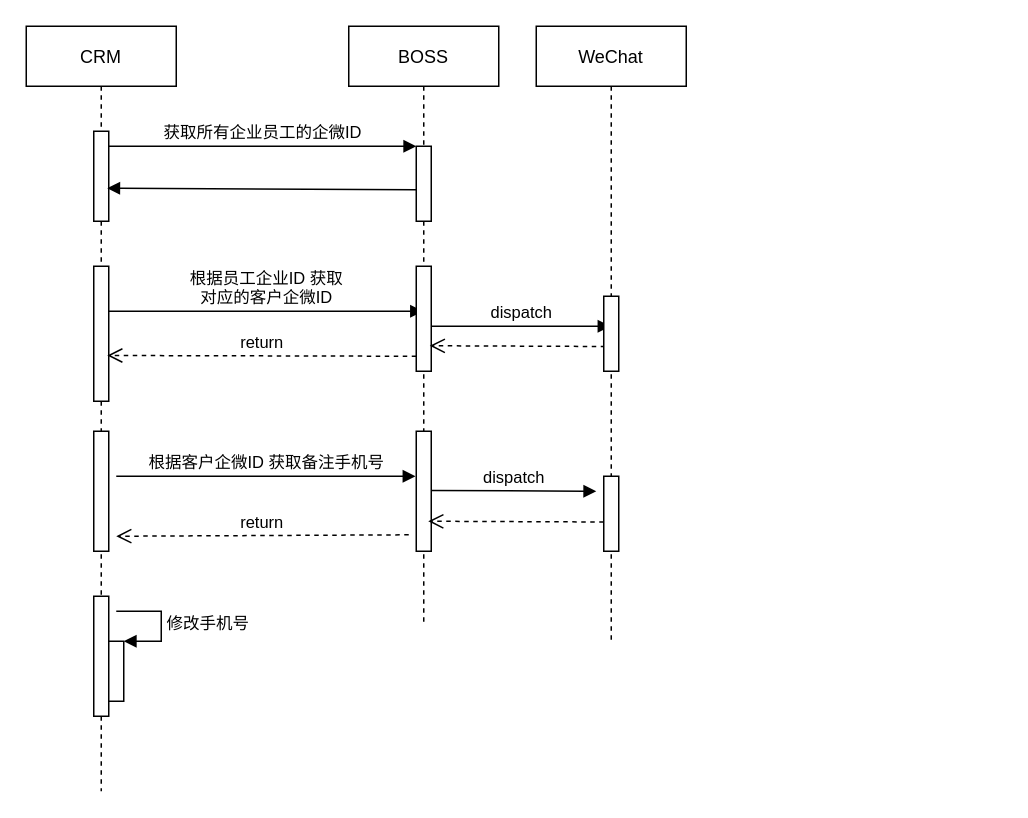
Earlier version of the draw.io diagram merchant-settle/boss.drawio (DominicElvira/Diagrams). Source tidied: cells renumbered, new cells numbered last; positions are measured from the earlier drawing's top-left corner, leaving out a move shared by most shapes. Both pictures are drawn from the tidied source at 150%, with x=0, y=0 at pixel (26, 26).
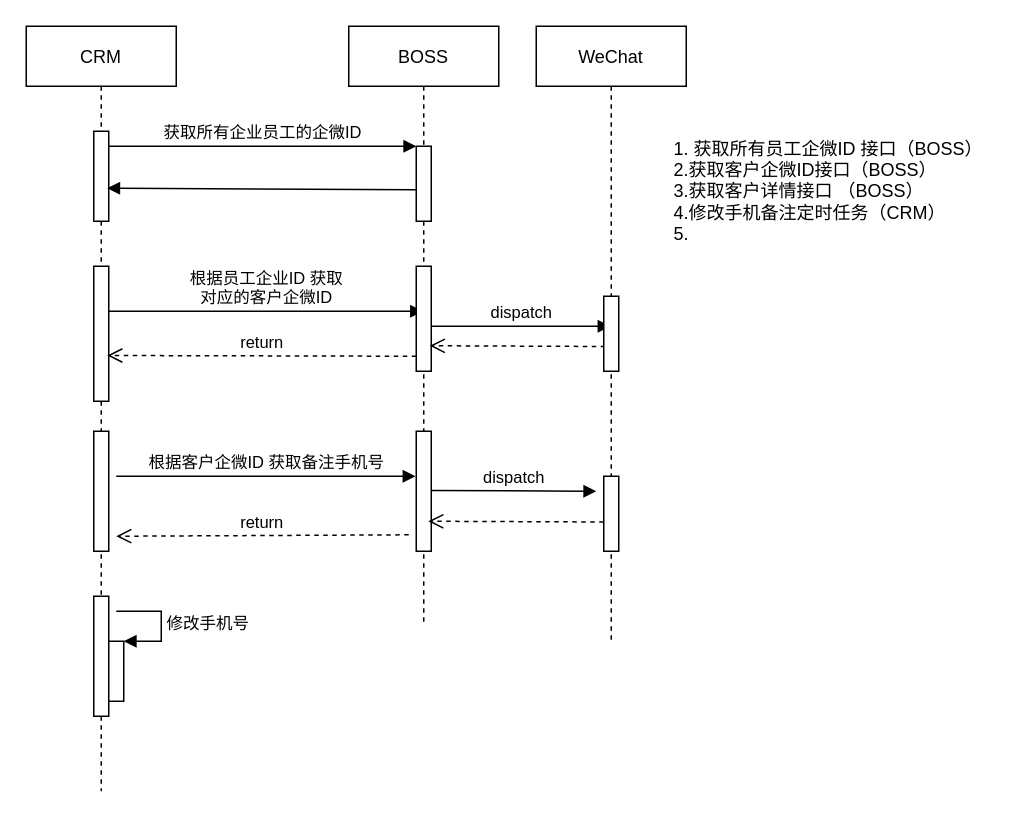
The same page after the edit.

The edit, as a diff of the source:
```diff
@@
+    <mxCell id="26" value="1. 获取所有员工企微ID 接口（BOSS）&lt;br&gt;2.获取客户企微ID接口（BOSS）&lt;br&gt;&lt;div&gt;&lt;span&gt;3.获取客户详情接口 （BOSS）&lt;/span&gt;&lt;/div&gt;&lt;div&gt;&lt;span&gt;4.修改手机备注定时任务（CRM）&lt;br&gt;5.&lt;/span&gt;&lt;/div&gt;" style="text;html=1;align=left;verticalAlign=middle;strokeColor=none;fillColor=none;" parent="1" vertex="1">
+      <mxGeometry x="430" y="70" width="220" height="80" as="geometry" />
+    </mxCell>
```
